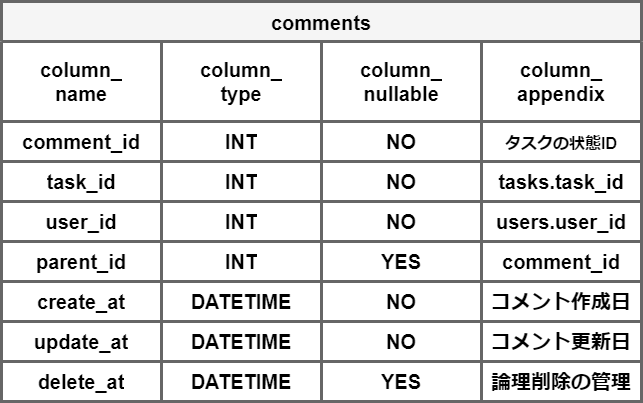
Earlier version of the draw.io export docs/仕様書/images/table_comments.png (takaaaa-jun/check_annotator). Source tidied: cells renumbered, new cells last; positions are measured from the earlier drawing's top-left corner, leaving out a move shared by most shapes.
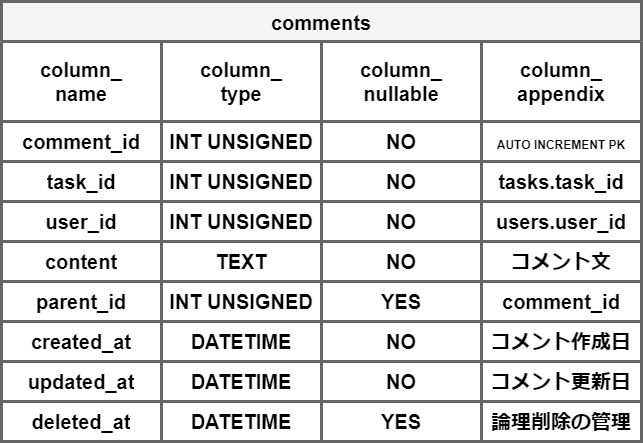
The same diagram one commit later.

What changed in the source:
```diff
@@ -3,7 +3,7 @@
     <mxCell id="0" />
     <mxCell id="1" parent="0" />
     <mxCell id="2" value="comments" style="shape=table;startSize=40;strokeColor=#666666;fontSize=20;strokeWidth=3;fillColor=#F5F5F5;fontStyle=1;" parent="1" vertex="1">
-      <mxGeometry width="640" height="400" as="geometry" />
+      <mxGeometry width="640" height="440" as="geometry" />
     </mxCell>
     <mxCell id="3" style="shape=tableRow;horizontal=0;startSize=0;swimlaneHead=0;swimlaneBody=0;strokeColor=inherit;top=0;left=0;bottom=0;right=0;fillColor=none;fontSize=20;fontStyle=1;" parent="2" vertex="1">
       <mxGeometry y="40" width="640" height="80" as="geometry" />
@@ -26,13 +26,13 @@
     <mxCell id="9" value="comment_id" style="shape=partialRectangle;html=1;whiteSpace=wrap;strokeColor=inherit;overflow=hidden;fillColor=none;top=0;left=0;bottom=0;right=0;fontSize=20;fontStyle=1;" parent="8" vertex="1">
       <mxGeometry width="160" height="40" as="geometry" />
     </mxCell>
-    <mxCell id="10" value="INT" style="shape=partialRectangle;html=1;whiteSpace=wrap;strokeColor=inherit;overflow=hidden;fillColor=none;top=0;left=0;bottom=0;right=0;fontSize=20;fontStyle=1;" parent="8" vertex="1">
+    <mxCell id="10" value="INT UNSIGNED" style="shape=partialRectangle;html=1;whiteSpace=wrap;strokeColor=inherit;overflow=hidden;fillColor=none;top=0;left=0;bottom=0;right=0;fontSize=20;fontStyle=1;" parent="8" vertex="1">
       <mxGeometry x="160" width="160" height="40" as="geometry" />
     </mxCell>
     <mxCell id="11" value="NO" style="shape=partialRectangle;html=1;whiteSpace=wrap;strokeColor=inherit;overflow=hidden;fillColor=none;top=0;left=0;bottom=0;right=0;fontSize=20;fontStyle=1;" parent="8" vertex="1">
       <mxGeometry x="320" width="160" height="40" as="geometry" />
     </mxCell>
-    <mxCell id="12" value="&lt;font style=&quot;font-size: 16px;&quot;&gt;タスクの状態ID&lt;/font&gt;" style="shape=partialRectangle;html=1;whiteSpace=wrap;strokeColor=inherit;overflow=hidden;fillColor=none;top=0;left=0;bottom=0;right=0;fontSize=20;fontStyle=1;" parent="8" vertex="1">
+    <mxCell id="12" value="&lt;font style=&quot;font-size: 12px;&quot;&gt;AUTO INCREMENT PK&lt;/font&gt;" style="shape=partialRectangle;html=1;whiteSpace=wrap;strokeColor=inherit;overflow=hidden;fillColor=none;top=0;left=0;bottom=0;right=0;fontSize=20;fontStyle=1;" parent="8" vertex="1">
       <mxGeometry x="480" width="160" height="40" as="geometry" />
     </mxCell>
     <mxCell id="13" style="shape=tableRow;horizontal=0;startSize=0;swimlaneHead=0;swimlaneBody=0;strokeColor=inherit;top=0;left=0;bottom=0;right=0;fillColor=none;fontSize=20;fontStyle=1;" parent="2" vertex="1">
@@ -41,7 +41,7 @@
     <mxCell id="14" value="task_id" style="shape=partialRectangle;html=1;whiteSpace=wrap;strokeColor=inherit;overflow=hidden;fillColor=none;top=0;left=0;bottom=0;right=0;fontSize=20;fontStyle=1;" parent="13" vertex="1">
       <mxGeometry width="160" height="40" as="geometry" />
     </mxCell>
-    <mxCell id="15" value="INT" style="shape=partialRectangle;html=1;whiteSpace=wrap;strokeColor=inherit;overflow=hidden;fillColor=none;top=0;left=0;bottom=0;right=0;fontSize=20;fontStyle=1;" parent="13" vertex="1">
+    <mxCell id="15" value="INT UNSIGNED" style="shape=partialRectangle;html=1;whiteSpace=wrap;strokeColor=inherit;overflow=hidden;fillColor=none;top=0;left=0;bottom=0;right=0;fontSize=20;fontStyle=1;" parent="13" vertex="1">
       <mxGeometry x="160" width="160" height="40" as="geometry" />
     </mxCell>
     <mxCell id="16" value="NO" style="shape=partialRectangle;html=1;whiteSpace=wrap;strokeColor=inherit;overflow=hidden;fillColor=none;top=0;left=0;bottom=0;right=0;fontSize=20;fontStyle=1;" parent="13" vertex="1">
@@ -56,7 +56,7 @@
     <mxCell id="19" value="user_id" style="shape=partialRectangle;html=1;whiteSpace=wrap;strokeColor=inherit;overflow=hidden;fillColor=none;top=0;left=0;bottom=0;right=0;fontSize=20;fontStyle=1;" parent="18" vertex="1">
       <mxGeometry width="160" height="40" as="geometry" />
     </mxCell>
-    <mxCell id="20" value="INT" style="shape=partialRectangle;html=1;whiteSpace=wrap;strokeColor=inherit;overflow=hidden;fillColor=none;top=0;left=0;bottom=0;right=0;fontSize=20;fontStyle=1;" parent="18" vertex="1">
+    <mxCell id="20" value="INT UNSIGNED" style="shape=partialRectangle;html=1;whiteSpace=wrap;strokeColor=inherit;overflow=hidden;fillColor=none;top=0;left=0;bottom=0;right=0;fontSize=20;fontStyle=1;" parent="18" vertex="1">
       <mxGeometry x="160" width="160" height="40" as="geometry" />
     </mxCell>
     <mxCell id="21" value="NO" style="shape=partialRectangle;html=1;whiteSpace=wrap;strokeColor=inherit;overflow=hidden;fillColor=none;top=0;left=0;bottom=0;right=0;fontSize=20;fontStyle=1;" parent="18" vertex="1">
@@ -68,37 +68,37 @@
     <mxCell id="23" style="shape=tableRow;horizontal=0;startSize=0;swimlaneHead=0;swimlaneBody=0;strokeColor=inherit;top=0;left=0;bottom=0;right=0;fillColor=none;fontSize=20;fontStyle=1;" parent="2" vertex="1">
       <mxGeometry y="240" width="640" height="40" as="geometry" />
     </mxCell>
-    <mxCell id="24" value="parent_id" style="shape=partialRectangle;html=1;whiteSpace=wrap;strokeColor=inherit;overflow=hidden;fillColor=none;top=0;left=0;bottom=0;right=0;fontSize=20;fontStyle=1;" parent="23" vertex="1">
+    <mxCell id="24" value="content" style="shape=partialRectangle;html=1;whiteSpace=wrap;strokeColor=inherit;overflow=hidden;fillColor=none;top=0;left=0;bottom=0;right=0;fontSize=20;fontStyle=1;" parent="23" vertex="1">
       <mxGeometry width="160" height="40" as="geometry" />
     </mxCell>
-    <mxCell id="25" value="INT" style="shape=partialRectangle;html=1;whiteSpace=wrap;strokeColor=inherit;overflow=hidden;fillColor=none;top=0;left=0;bottom=0;right=0;fontSize=20;fontStyle=1;" parent="23" vertex="1">
+    <mxCell id="25" value="TEXT" style="shape=partialRectangle;html=1;whiteSpace=wrap;strokeColor=inherit;overflow=hidden;fillColor=none;top=0;left=0;bottom=0;right=0;fontSize=20;fontStyle=1;" parent="23" vertex="1">
       <mxGeometry x="160" width="160" height="40" as="geometry" />
     </mxCell>
-    <mxCell id="26" value="YES" style="shape=partialRectangle;html=1;whiteSpace=wrap;strokeColor=inherit;overflow=hidden;fillColor=none;top=0;left=0;bottom=0;right=0;fontSize=20;fontStyle=1;" parent="23" vertex="1">
+    <mxCell id="26" value="NO" style="shape=partialRectangle;html=1;whiteSpace=wrap;strokeColor=inherit;overflow=hidden;fillColor=none;top=0;left=0;bottom=0;right=0;fontSize=20;fontStyle=1;" parent="23" vertex="1">
       <mxGeometry x="320" width="160" height="40" as="geometry" />
     </mxCell>
-    <mxCell id="27" value="comment_id" style="shape=partialRectangle;html=1;whiteSpace=wrap;strokeColor=inherit;overflow=hidden;fillColor=none;top=0;left=0;bottom=0;right=0;fontSize=20;fontStyle=1;" parent="23" vertex="1">
+    <mxCell id="27" value="コメント文" style="shape=partialRectangle;html=1;whiteSpace=wrap;strokeColor=inherit;overflow=hidden;fillColor=none;top=0;left=0;bottom=0;right=0;fontSize=20;fontStyle=1;" parent="23" vertex="1">
       <mxGeometry x="480" width="160" height="40" as="geometry" />
     </mxCell>
     <mxCell id="28" style="shape=tableRow;horizontal=0;startSize=0;swimlaneHead=0;swimlaneBody=0;strokeColor=inherit;top=0;left=0;bottom=0;right=0;fillColor=none;fontSize=20;fontStyle=1;" parent="2" vertex="1">
       <mxGeometry y="280" width="640" height="40" as="geometry" />
     </mxCell>
-    <mxCell id="29" value="create_at" style="shape=partialRectangle;html=1;whiteSpace=wrap;strokeColor=inherit;overflow=hidden;fillColor=none;top=0;left=0;bottom=0;right=0;fontSize=20;fontStyle=1;" parent="28" vertex="1">
+    <mxCell id="29" value="parent_id" style="shape=partialRectangle;html=1;whiteSpace=wrap;strokeColor=inherit;overflow=hidden;fillColor=none;top=0;left=0;bottom=0;right=0;fontSize=20;fontStyle=1;" parent="28" vertex="1">
       <mxGeometry width="160" height="40" as="geometry" />
     </mxCell>
-    <mxCell id="30" value="DATETIME" style="shape=partialRectangle;html=1;whiteSpace=wrap;strokeColor=inherit;overflow=hidden;fillColor=none;top=0;left=0;bottom=0;right=0;fontSize=20;fontStyle=1;" parent="28" vertex="1">
+    <mxCell id="30" value="INT UNSIGNED" style="shape=partialRectangle;html=1;whiteSpace=wrap;strokeColor=inherit;overflow=hidden;fillColor=none;top=0;left=0;bottom=0;right=0;fontSize=20;fontStyle=1;" parent="28" vertex="1">
       <mxGeometry x="160" width="160" height="40" as="geometry" />
     </mxCell>
-    <mxCell id="31" value="NO" style="shape=partialRectangle;html=1;whiteSpace=wrap;strokeColor=inherit;overflow=hidden;fillColor=none;top=0;left=0;bottom=0;right=0;fontSize=20;fontStyle=1;" parent="28" vertex="1">
+    <mxCell id="31" value="YES" style="shape=partialRectangle;html=1;whiteSpace=wrap;strokeColor=inherit;overflow=hidden;fillColor=none;top=0;left=0;bottom=0;right=0;fontSize=20;fontStyle=1;" parent="28" vertex="1">
       <mxGeometry x="320" width="160" height="40" as="geometry" />
     </mxCell>
-    <mxCell id="32" value="コメント作成日" style="shape=partialRectangle;html=1;whiteSpace=wrap;strokeColor=inherit;overflow=hidden;fillColor=none;top=0;left=0;bottom=0;right=0;fontSize=20;fontStyle=1;" parent="28" vertex="1">
+    <mxCell id="32" value="comment_id" style="shape=partialRectangle;html=1;whiteSpace=wrap;strokeColor=inherit;overflow=hidden;fillColor=none;top=0;left=0;bottom=0;right=0;fontSize=20;fontStyle=1;" parent="28" vertex="1">
       <mxGeometry x="480" width="160" height="40" as="geometry" />
     </mxCell>
     <mxCell id="33" style="shape=tableRow;horizontal=0;startSize=0;swimlaneHead=0;swimlaneBody=0;strokeColor=inherit;top=0;left=0;bottom=0;right=0;fillColor=none;fontSize=20;fontStyle=1;" parent="2" vertex="1">
       <mxGeometry y="320" width="640" height="40" as="geometry" />
     </mxCell>
-    <mxCell id="34" value="update_at" style="shape=partialRectangle;html=1;whiteSpace=wrap;strokeColor=inherit;overflow=hidden;fillColor=none;top=0;left=0;bottom=0;right=0;fontSize=20;fontStyle=1;" parent="33" vertex="1">
+    <mxCell id="34" value="created_at" style="shape=partialRectangle;html=1;whiteSpace=wrap;strokeColor=inherit;overflow=hidden;fillColor=none;top=0;left=0;bottom=0;right=0;fontSize=20;fontStyle=1;" parent="33" vertex="1">
       <mxGeometry width="160" height="40" as="geometry" />
     </mxCell>
     <mxCell id="35" value="DATETIME" style="shape=partialRectangle;html=1;whiteSpace=wrap;strokeColor=inherit;overflow=hidden;fillColor=none;top=0;left=0;bottom=0;right=0;fontSize=20;fontStyle=1;" parent="33" vertex="1">
@@ -107,23 +107,38 @@
     <mxCell id="36" value="NO" style="shape=partialRectangle;html=1;whiteSpace=wrap;strokeColor=inherit;overflow=hidden;fillColor=none;top=0;left=0;bottom=0;right=0;fontSize=20;fontStyle=1;" parent="33" vertex="1">
       <mxGeometry x="320" width="160" height="40" as="geometry" />
     </mxCell>
-    <mxCell id="37" value="コメント更新日" style="shape=partialRectangle;html=1;whiteSpace=wrap;strokeColor=inherit;overflow=hidden;fillColor=none;top=0;left=0;bottom=0;right=0;fontSize=20;fontStyle=1;" parent="33" vertex="1">
+    <mxCell id="37" value="コメント作成日" style="shape=partialRectangle;html=1;whiteSpace=wrap;strokeColor=inherit;overflow=hidden;fillColor=none;top=0;left=0;bottom=0;right=0;fontSize=20;fontStyle=1;" parent="33" vertex="1">
       <mxGeometry x="480" width="160" height="40" as="geometry" />
     </mxCell>
     <mxCell id="38" style="shape=tableRow;horizontal=0;startSize=0;swimlaneHead=0;swimlaneBody=0;strokeColor=inherit;top=0;left=0;bottom=0;right=0;fillColor=none;fontSize=20;fontStyle=1;" parent="2" vertex="1">
       <mxGeometry y="360" width="640" height="40" as="geometry" />
     </mxCell>
-    <mxCell id="39" value="delete_at" style="shape=partialRectangle;html=1;whiteSpace=wrap;strokeColor=inherit;overflow=hidden;fillColor=none;top=0;left=0;bottom=0;right=0;fontSize=20;fontStyle=1;" parent="38" vertex="1">
+    <mxCell id="39" value="updated_at" style="shape=partialRectangle;html=1;whiteSpace=wrap;strokeColor=inherit;overflow=hidden;fillColor=none;top=0;left=0;bottom=0;right=0;fontSize=20;fontStyle=1;" parent="38" vertex="1">
       <mxGeometry width="160" height="40" as="geometry" />
     </mxCell>
     <mxCell id="40" value="DATETIME" style="shape=partialRectangle;html=1;whiteSpace=wrap;strokeColor=inherit;overflow=hidden;fillColor=none;top=0;left=0;bottom=0;right=0;fontSize=20;fontStyle=1;" parent="38" vertex="1">
       <mxGeometry x="160" width="160" height="40" as="geometry" />
     </mxCell>
-    <mxCell id="41" value="YES" style="shape=partialRectangle;html=1;whiteSpace=wrap;strokeColor=inherit;overflow=hidden;fillColor=none;top=0;left=0;bottom=0;right=0;fontSize=20;fontStyle=1;" parent="38" vertex="1">
+    <mxCell id="41" value="NO" style="shape=partialRectangle;html=1;whiteSpace=wrap;strokeColor=inherit;overflow=hidden;fillColor=none;top=0;left=0;bottom=0;right=0;fontSize=20;fontStyle=1;" parent="38" vertex="1">
       <mxGeometry x="320" width="160" height="40" as="geometry" />
     </mxCell>
-    <mxCell id="42" value="論理削除の管理" style="shape=partialRectangle;html=1;whiteSpace=wrap;strokeColor=inherit;overflow=hidden;fillColor=none;top=0;left=0;bottom=0;right=0;fontSize=20;fontStyle=1;" parent="38" vertex="1">
+    <mxCell id="42" value="コメント更新日" style="shape=partialRectangle;html=1;whiteSpace=wrap;strokeColor=inherit;overflow=hidden;fillColor=none;top=0;left=0;bottom=0;right=0;fontSize=20;fontStyle=1;" parent="38" vertex="1">
       <mxGeometry x="480" width="160" height="40" as="geometry" />
     </mxCell>
+    <mxCell id="43" style="shape=tableRow;horizontal=0;startSize=0;swimlaneHead=0;swimlaneBody=0;strokeColor=inherit;top=0;left=0;bottom=0;right=0;fillColor=none;fontSize=20;fontStyle=1;" parent="2" vertex="1">
+      <mxGeometry y="400" width="640" height="40" as="geometry" />
+    </mxCell>
+    <mxCell id="44" value="deleted_at" style="shape=partialRectangle;html=1;whiteSpace=wrap;strokeColor=inherit;overflow=hidden;fillColor=none;top=0;left=0;bottom=0;right=0;fontSize=20;fontStyle=1;" parent="43" vertex="1">
+      <mxGeometry width="160" height="40" as="geometry" />
+    </mxCell>
+    <mxCell id="45" value="DATETIME" style="shape=partialRectangle;html=1;whiteSpace=wrap;strokeColor=inherit;overflow=hidden;fillColor=none;top=0;left=0;bottom=0;right=0;fontSize=20;fontStyle=1;" parent="43" vertex="1">
+      <mxGeometry x="160" width="160" height="40" as="geometry" />
+    </mxCell>
+    <mxCell id="46" value="YES" style="shape=partialRectangle;html=1;whiteSpace=wrap;strokeColor=inherit;overflow=hidden;fillColor=none;top=0;left=0;bottom=0;right=0;fontSize=20;fontStyle=1;" parent="43" vertex="1">
+      <mxGeometry x="320" width="160" height="40" as="geometry" />
+    </mxCell>
+    <mxCell id="47" value="論理削除の管理" style="shape=partialRectangle;html=1;whiteSpace=wrap;strokeColor=inherit;overflow=hidden;fillColor=none;top=0;left=0;bottom=0;right=0;fontSize=20;fontStyle=1;" parent="43" vertex="1">
+      <mxGeometry x="480" width="160" height="40" as="geometry" />
+    </mxCell>
   </root>
 </mxGraphModel>
```
